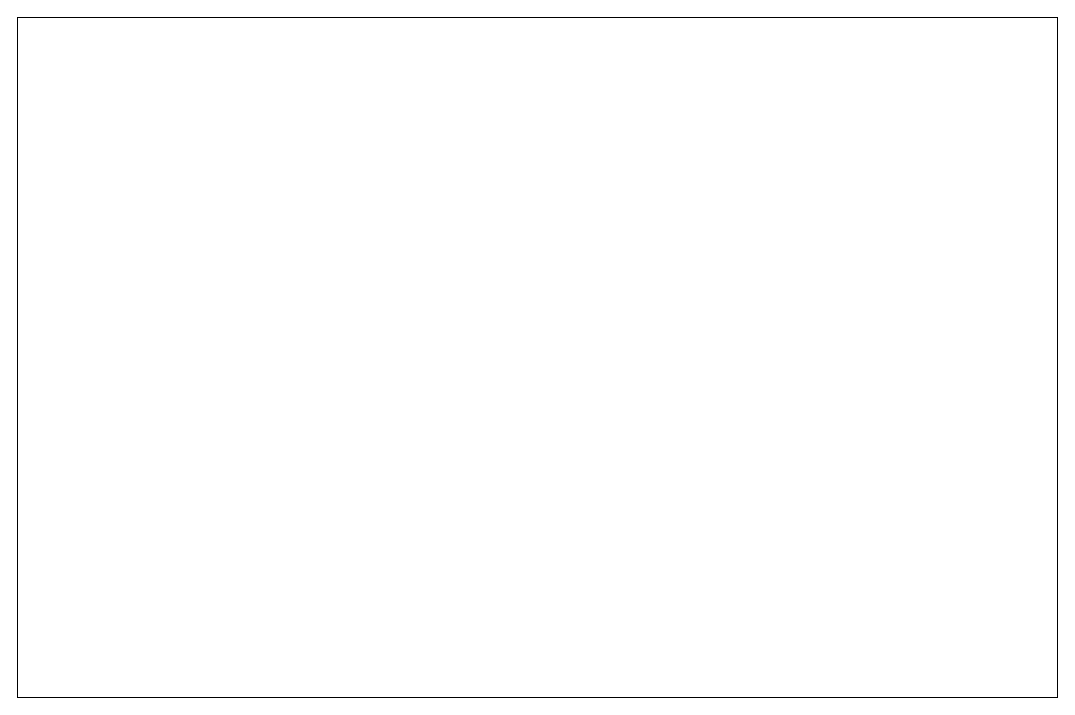
Above: page "Home" (2 of 3) of Diagram Tanpa Judul.drawio in Malikdeensial/RekammedisRumahsehatXYZ (draw.io), before the change. Source tidied: cells renumbered, new cells numbered last; positions are measured from the earlier drawing's top-left corner, leaving out a move shared by most shapes. Both pictures are drawn from the tidied source at 100%, with x=0, y=0 at pixel (17, 17). Pictures stored in the file or linked from it are replaced by grey dashed boxes.
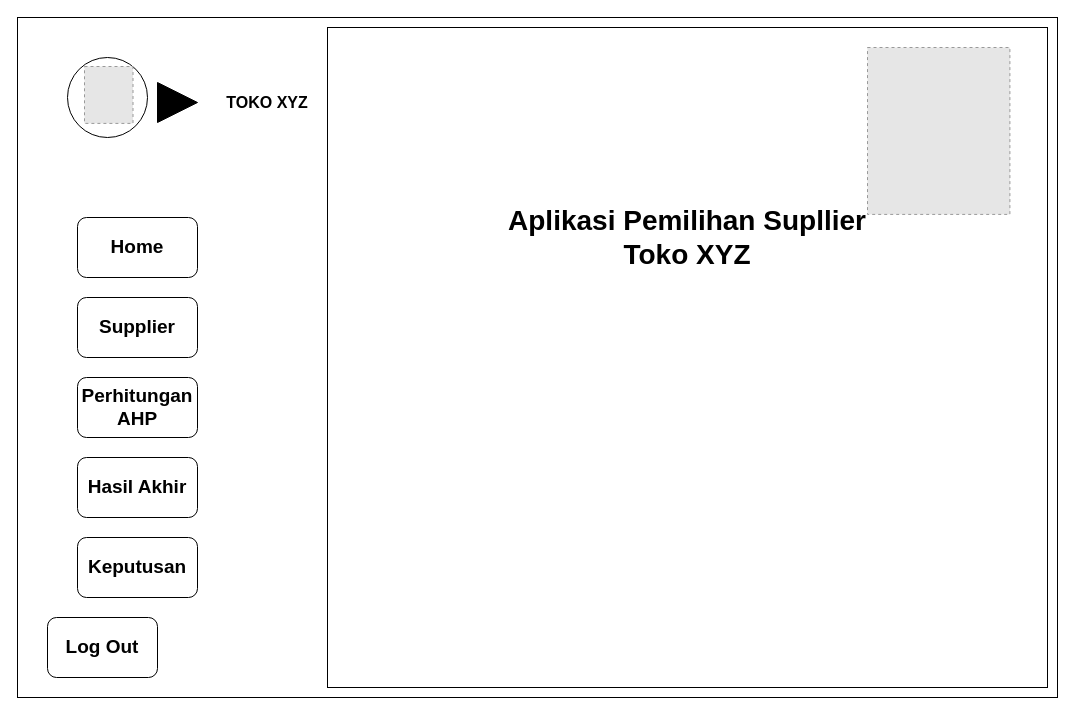
The same page after the edit.

Diff of the diagram source:
```diff
@@
 <mxGraphModel>
   <root>
     <mxCell id="0" />
     <mxCell id="1" parent="0" />
     <mxCell id="2" style="rounded=0;whiteSpace=wrap;html=1;" parent="1" vertex="1">
       <mxGeometry width="1040" height="680" as="geometry" />
     </mxCell>
+    <mxCell id="3" style="ellipse;whiteSpace=wrap;html=1;" parent="1" vertex="1">
+      <mxGeometry x="50" y="40" width="80" height="80" as="geometry" />
+    </mxCell>
+    <mxCell id="4" style="fillColor=#E6E6E6;strokeColor=#999999;dashed=1;verticalLabelPosition=bottom;labelBackgroundColor=default;verticalAlign=top;" parent="1" vertex="1">
+      <mxGeometry x="67" y="49" width="48.5" height="56.9" as="geometry" />
+    </mxCell>
+    <mxCell id="5" style="triangle;whiteSpace=wrap;html=1;strokeColor=#000000;fillColor=#000000;" parent="1" vertex="1">
+      <mxGeometry x="140" y="65" width="40" height="40" as="geometry" />
+    </mxCell>
+    <mxCell id="6" value="&lt;b&gt;&lt;font style=&quot;font-size: 16px;&quot;&gt;TOKO XYZ&lt;/font&gt;&lt;/b&gt;" style="text;html=1;strokeColor=none;fillColor=none;align=center;verticalAlign=middle;whiteSpace=wrap;rounded=0;" parent="1" vertex="1">
+      <mxGeometry x="205" y="70" width="90" height="30" as="geometry" />
+    </mxCell>
+    <mxCell id="7" value="&lt;font style=&quot;font-size: 19px;&quot;&gt;&lt;b&gt;Home&lt;/b&gt;&lt;/font&gt;" style="rounded=1;whiteSpace=wrap;html=1;" parent="1" vertex="1">
+      <mxGeometry x="60" y="200" width="120" height="60" as="geometry" />
+    </mxCell>
+    <mxCell id="8" value="&lt;font style=&quot;font-size: 19px;&quot;&gt;&lt;b&gt;Supplier&lt;/b&gt;&lt;/font&gt;" style="rounded=1;whiteSpace=wrap;html=1;" parent="1" vertex="1">
+      <mxGeometry x="60" y="280" width="120" height="60" as="geometry" />
+    </mxCell>
+    <mxCell id="9" value="&lt;font style=&quot;font-size: 19px;&quot;&gt;&lt;b&gt;Perhitungan AHP&lt;/b&gt;&lt;/font&gt;" style="rounded=1;whiteSpace=wrap;html=1;" parent="1" vertex="1">
+      <mxGeometry x="60" y="360" width="120" height="60" as="geometry" />
+    </mxCell>
+    <mxCell id="10" value="&lt;font style=&quot;font-size: 19px;&quot;&gt;&lt;b&gt;Hasil Akhir&lt;/b&gt;&lt;/font&gt;" style="rounded=1;whiteSpace=wrap;html=1;" parent="1" vertex="1">
+      <mxGeometry x="60" y="440" width="120" height="60" as="geometry" />
+    </mxCell>
+    <mxCell id="11" value="&lt;font style=&quot;font-size: 19px;&quot;&gt;&lt;b&gt;Keputusan&lt;/b&gt;&lt;/font&gt;" style="rounded=1;whiteSpace=wrap;html=1;" parent="1" vertex="1">
+      <mxGeometry x="60" y="520" width="120" height="60" as="geometry" />
+    </mxCell>
+    <mxCell id="12" value="&lt;span style=&quot;font-size: 19px;&quot;&gt;&lt;b&gt;Log Out&lt;/b&gt;&lt;/span&gt;" style="rounded=1;whiteSpace=wrap;html=1;" parent="1" vertex="1">
+      <mxGeometry x="30" y="600" width="110" height="60" as="geometry" />
+    </mxCell>
+    <mxCell id="13" style="rounded=0;whiteSpace=wrap;html=1;fontSize=19;" parent="1" vertex="1">
+      <mxGeometry x="310" y="10" width="720" height="660" as="geometry" />
+    </mxCell>
+    <mxCell id="14" style="fillColor=#E6E6E6;strokeColor=#999999;dashed=1;verticalLabelPosition=bottom;labelBackgroundColor=default;verticalAlign=top;" parent="1" vertex="1">
+      <mxGeometry x="850" y="30" width="142.4" height="166.9" as="geometry" />
+    </mxCell>
+    <mxCell id="15" value="&lt;b style=&quot;&quot;&gt;&lt;font style=&quot;font-size: 28px;&quot;&gt;Aplikasi Pemilihan Supllier Toko XYZ&lt;/font&gt;&lt;/b&gt;" style="text;html=1;strokeColor=none;fillColor=none;align=center;verticalAlign=middle;whiteSpace=wrap;rounded=0;" parent="1" vertex="1">
+      <mxGeometry x="490" y="170" width="360" height="100" as="geometry" />
+    </mxCell>
   </root>
 </mxGraphModel>
```
